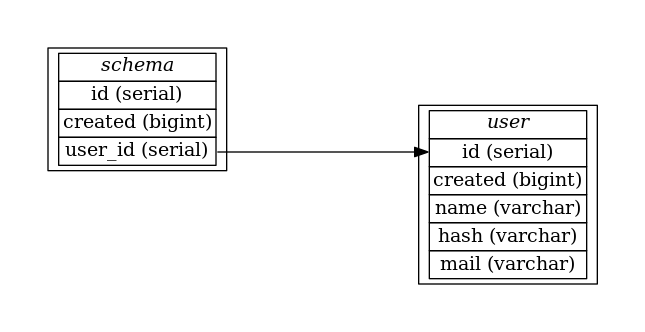
Earlier version of the Graphviz export doc/database.png (blockexchange/blockexchange_server). Its source is kept beside it as doc/database.dot.
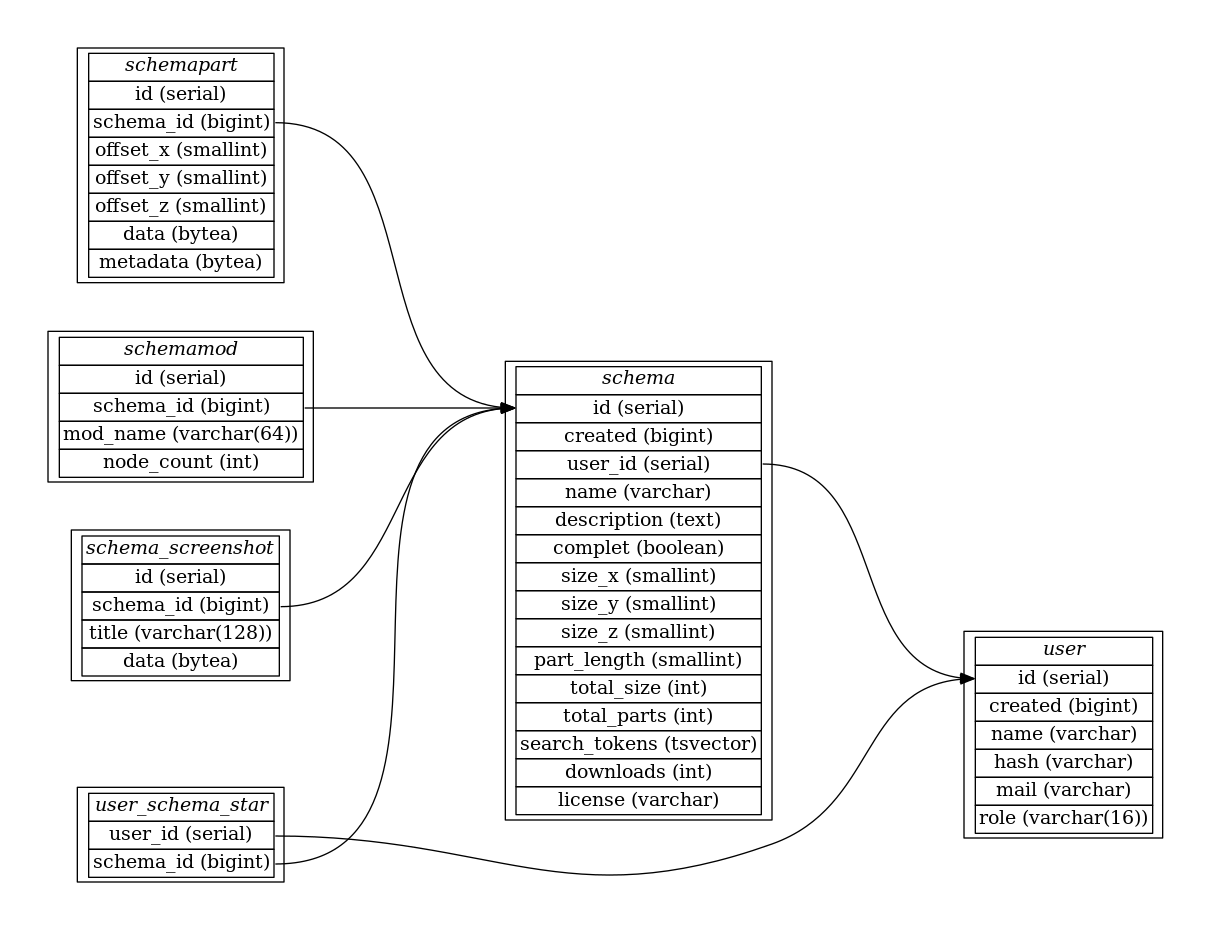
The same file after the commit.

Commit message:
up-to-date db layout

What changed in the source:
```diff
@@ -11,6 +11,7 @@
   <tr><td port="3">name (varchar)</td></tr>
   <tr><td port="4">hash (varchar)</td></tr>
   <tr><td port="5">mail (varchar)</td></tr>
+  <tr><td port="5a">role (varchar(16))</td></tr>
 </table>>];
 
 
@@ -20,7 +21,61 @@
   <tr><td port="6">id (serial)</td></tr>
   <tr><td port="7">created (bigint)</td></tr>
   <tr><td port="8">user_id (serial)</td></tr>
+  <tr><td port="9">name (varchar)</td></tr>
+  <tr><td port="10">description (text)</td></tr>
+  <tr><td port="11">complet (boolean)</td></tr>
+  <tr><td port="12">size_x (smallint)</td></tr>
+  <tr><td port="13">size_y (smallint)</td></tr>
+  <tr><td port="14">size_z (smallint)</td></tr>
+  <tr><td port="15">part_length (smallint)</td></tr>
+  <tr><td port="16">total_size (int)</td></tr>
+  <tr><td port="17">total_parts (int)</td></tr>
+  <tr><td port="18">search_tokens (tsvector)</td></tr>
+  <tr><td port="19">downloads (int)</td></tr>
+  <tr><td port="20">license (varchar)</td></tr>
+</table>>];
+
+schemapart [label=<
+<table border="0" cellborder="1" cellspacing="0">
+  <tr><td><i>schemapart</i></td></tr>
+  <tr><td port="22">id (serial)</td></tr>
+  <tr><td port="23">schema_id (bigint)</td></tr>
+  <tr><td port="24">offset_x (smallint)</td></tr>
+  <tr><td port="25">offset_y (smallint)</td></tr>
+  <tr><td port="26">offset_z (smallint)</td></tr>
+  <tr><td port="27">data (bytea)</td></tr>
+  <tr><td port="28">metadata (bytea)</td></tr>
+</table>>];
+
+schemamod [label=<
+<table border="0" cellborder="1" cellspacing="0">
+  <tr><td><i>schemamod</i></td></tr>
+  <tr><td port="29">id (serial)</td></tr>
+  <tr><td port="30">schema_id (bigint)</td></tr>
+  <tr><td port="31">mod_name (varchar(64))</td></tr>
+  <tr><td port="32">node_count (int)</td></tr>
+</table>>];
+
+user_schema_star [label=<
+<table border="0" cellborder="1" cellspacing="0">
+  <tr><td><i>user_schema_star</i></td></tr>
+  <tr><td port="33">user_id (serial)</td></tr>
+  <tr><td port="34">schema_id (bigint)</td></tr>
+</table>>];
+
+schema_screenshot [label=<
+<table border="0" cellborder="1" cellspacing="0">
+  <tr><td><i>schema_screenshot</i></td></tr>
+  <tr><td port="35">id (serial)</td></tr>
+  <tr><td port="36">schema_id (bigint)</td></tr>
+  <tr><td port="37">title (varchar(128))</td></tr>
+  <tr><td port="38">data (bytea)</td></tr>
 </table>>];
 
 schema:8 -> user:1;
+schemapart:23 -> schema:6;
+schemamod:30 -> schema:6;
+user_schema_star:33 -> user:1;
+user_schema_star:34 -> schema:6;
+schema_screenshot:36 -> schema:6;
 }
```
